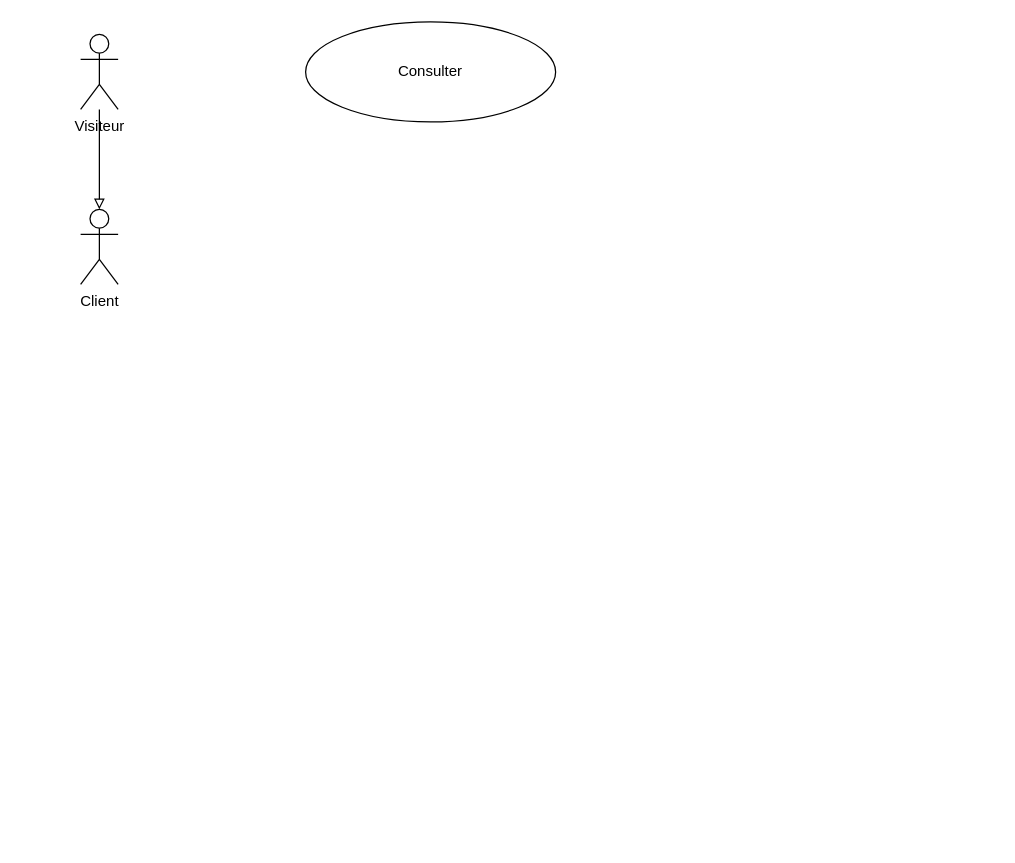
Above: Conception/Diagramme sans nom.drawio in OussemaChercheri/CII2-DMWM-A (draw.io), before the change. Source tidied: cells renumbered, new cells numbered last; positions are measured from the earlier drawing's top-left corner, leaving out a move shared by most shapes. Both pictures are drawn from the tidied source at 125%, with x=0, y=0 at pixel (80, 21).
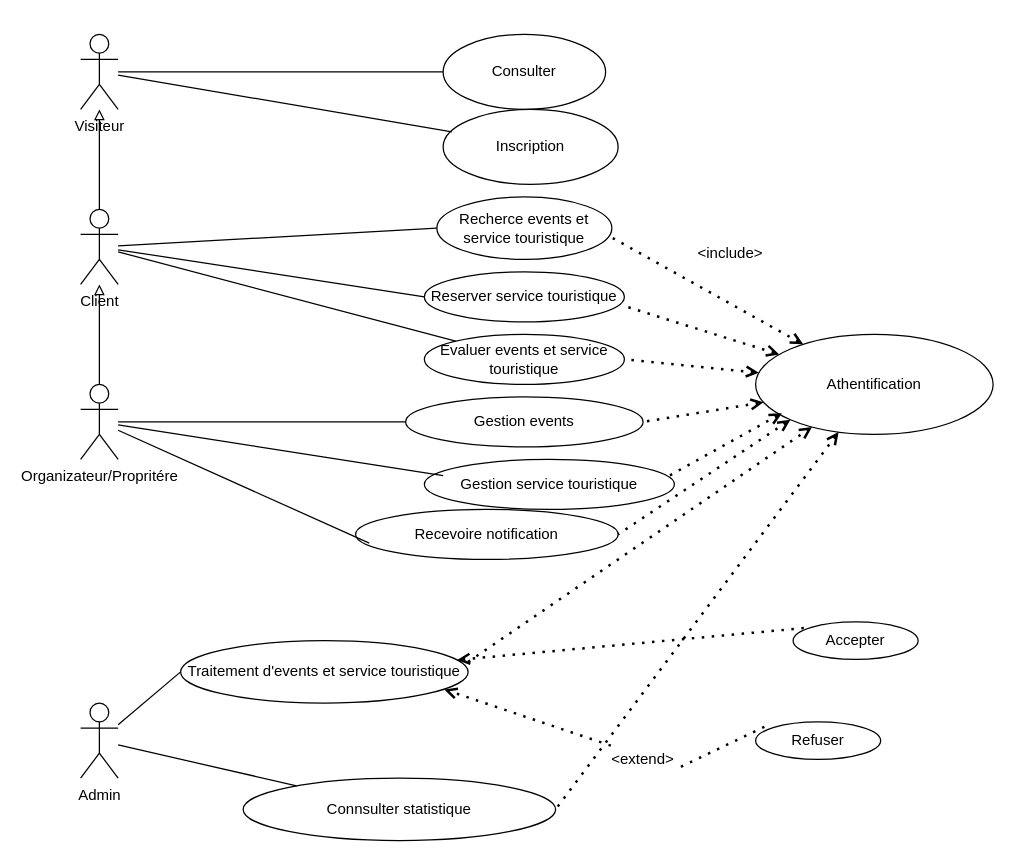
After the change.

Commit message:
Mettre à jour Diagramme sans nom.drawio

Unchanged cells that the change refers to:
```xml
<mxCell id="3" value="Visiteur" style="shape=umlActor;verticalLabelPosition=bottom;verticalAlign=top;html=1;outlineConnect=0;fillStyle=auto;" parent="1" vertex="1">
  <mxGeometry y="10" width="30" height="60" as="geometry" />
</mxCell>
<mxCell id="4" value="Client" style="shape=umlActor;verticalLabelPosition=bottom;verticalAlign=top;html=1;outlineConnect=0;fillStyle=auto;" parent="1" vertex="1">
  <mxGeometry y="150" width="30" height="60" as="geometry" />
</mxCell>
```

Diff of the diagram source:
```diff
@@
-    <mxCell id="2" style="edgeStyle=orthogonalEdgeStyle;rounded=0;jettySize=auto;html=1;endArrow=block;endFill=0;" parent="1" edge="1" source="3" target="4">
-      <mxGeometry relative="1" as="geometry" />
-    </mxCell>
@@
+    <mxCell id="6" style="edgeStyle=orthogonalEdgeStyle;rounded=0;jettySize=auto;html=1;endArrow=block;endFill=0;" parent="1" edge="1" source="4" target="3">
+      <mxGeometry relative="1" as="geometry" />
+    </mxCell>
@@
     <mxCell id="5" value="Consulter" style="ellipse;whiteSpace=wrap;html=1;" parent="1" vertex="1">
-      <mxGeometry x="180" width="200" height="80" as="geometry" />
+      <mxGeometry x="290" y="10" width="130" height="60" as="geometry" />
     </mxCell>
+    <mxCell id="7" value="Inscription" style="ellipse;whiteSpace=wrap;html=1;" parent="1" vertex="1">
+      <mxGeometry x="290" y="70" width="140" height="60" as="geometry" />
+    </mxCell>
+    <mxCell id="8" value="Recherce events et service touristique" style="ellipse;whiteSpace=wrap;html=1;" parent="1" vertex="1">
+      <mxGeometry x="285" y="140" width="140" height="50" as="geometry" />
+    </mxCell>
+    <mxCell id="9" value="Reserver service touristique" style="ellipse;whiteSpace=wrap;html=1;" parent="1" vertex="1">
+      <mxGeometry x="275" y="200" width="160" height="40" as="geometry" />
+    </mxCell>
+    <mxCell id="10" value="Evaluer events et service touristique" style="ellipse;whiteSpace=wrap;html=1;" parent="1" vertex="1">
+      <mxGeometry x="275" y="250" width="160" height="40" as="geometry" />
+    </mxCell>
+    <mxCell id="11" style="edgeStyle=orthogonalEdgeStyle;rounded=0;jettySize=auto;html=1;endArrow=block;endFill=0;" parent="1" edge="1" source="12" target="4">
+      <mxGeometry relative="1" as="geometry" />
+    </mxCell>
+    <mxCell id="12" value="Organizateur/Propritére&lt;br&gt;" style="shape=umlActor;verticalLabelPosition=bottom;verticalAlign=top;html=1;outlineConnect=0;" parent="1" vertex="1">
+      <mxGeometry y="290" width="30" height="60" as="geometry" />
+    </mxCell>
+    <mxCell id="13" value="Gestion events" style="ellipse;whiteSpace=wrap;html=1;" parent="1" vertex="1">
+      <mxGeometry x="260" y="300" width="190" height="40" as="geometry" />
+    </mxCell>
+    <mxCell id="14" value="Gestion service touristique" style="ellipse;whiteSpace=wrap;html=1;" parent="1" vertex="1">
+      <mxGeometry x="275" y="350" width="200" height="40" as="geometry" />
+    </mxCell>
+    <mxCell id="15" value="Recevoire notification" style="ellipse;whiteSpace=wrap;html=1;" parent="1" vertex="1">
+      <mxGeometry x="220" y="390" width="210" height="40" as="geometry" />
+    </mxCell>
+    <mxCell id="16" style="endArrow=none;html=1;rounded=0;" parent="1" edge="1" source="3" target="5">
+      <mxGeometry relative="1" as="geometry" />
+    </mxCell>
+    <mxCell id="17" style="endArrow=none;html=1;rounded=0;entryX=0.05;entryY=0.3;entryDx=0;entryDy=0;entryPerimeter=0;" parent="1" edge="1" source="3" target="7">
+      <mxGeometry relative="1" as="geometry" />
+    </mxCell>
+    <mxCell id="18" style="endArrow=none;html=1;rounded=0;entryX=0;entryY=0.5;entryDx=0;entryDy=0;" parent="1" edge="1" source="4" target="8">
+      <mxGeometry relative="1" as="geometry" />
+    </mxCell>
+    <mxCell id="19" style="endArrow=none;html=1;rounded=0;entryX=0;entryY=0.5;entryDx=0;entryDy=0;" parent="1" edge="1" source="4" target="9">
+      <mxGeometry relative="1" as="geometry" />
+    </mxCell>
+    <mxCell id="20" style="endArrow=none;html=1;rounded=0;" parent="1" edge="1" source="4" target="10">
+      <mxGeometry relative="1" as="geometry" />
+    </mxCell>
+    <mxCell id="21" style="endArrow=none;html=1;rounded=0;" parent="1" edge="1" source="12" target="13">
+      <mxGeometry relative="1" as="geometry" />
+    </mxCell>
+    <mxCell id="22" style="endArrow=none;html=1;rounded=0;entryX=0.075;entryY=0.325;entryDx=0;entryDy=0;entryPerimeter=0;" parent="1" edge="1" source="12" target="14">
+      <mxGeometry relative="1" as="geometry" />
+    </mxCell>
+    <mxCell id="23" style="endArrow=none;html=1;rounded=0;entryX=0.052;entryY=0.675;entryDx=0;entryDy=0;entryPerimeter=0;" parent="1" edge="1" source="12" target="15">
+      <mxGeometry relative="1" as="geometry" />
+    </mxCell>
+    <mxCell id="24" value="Admin" style="shape=umlActor;verticalLabelPosition=bottom;verticalAlign=top;html=1;outlineConnect=0;" parent="1" vertex="1">
+      <mxGeometry y="545" width="30" height="60" as="geometry" />
+    </mxCell>
+    <mxCell id="25" value="Traitement d'events et service touristique" style="ellipse;whiteSpace=wrap;html=1;" parent="1" vertex="1">
+      <mxGeometry x="80" y="495" width="230" height="50" as="geometry" />
+    </mxCell>
+    <mxCell id="26" value="Accepter" style="ellipse;whiteSpace=wrap;html=1;" parent="1" vertex="1">
+      <mxGeometry x="570" y="480" width="100" height="30" as="geometry" />
+    </mxCell>
+    <mxCell id="27" value="Refuser" style="ellipse;whiteSpace=wrap;html=1;" parent="1" vertex="1">
+      <mxGeometry x="540" y="560" width="100" height="30" as="geometry" />
+    </mxCell>
+    <mxCell id="28" value="Connsulter statistique" style="ellipse;whiteSpace=wrap;html=1;" parent="1" vertex="1">
+      <mxGeometry x="130" y="605" width="250" height="50" as="geometry" />
+    </mxCell>
+    <mxCell id="29" style="endArrow=none;html=1;rounded=0;entryX=0;entryY=0.5;entryDx=0;entryDy=0;" parent="1" edge="1" source="24" target="25">
+      <mxGeometry relative="1" as="geometry" />
+    </mxCell>
+    <mxCell id="30" style="endArrow=none;html=1;rounded=0;" parent="1" edge="1" source="24" target="28">
+      <mxGeometry relative="1" as="geometry" />
+    </mxCell>
+    <mxCell id="31" style="endArrow=none;dashed=1;html=1;dashPattern=1 3;strokeWidth=2;rounded=0;entryX=0;entryY=0;entryDx=0;entryDy=0;endFill=0;startArrow=open;startFill=0;" parent="1" edge="1" source="25" target="26">
+      <mxGeometry relative="1" as="geometry" />
+    </mxCell>
+    <mxCell id="32" style="endArrow=open;dashed=1;html=1;dashPattern=1 3;strokeWidth=2;rounded=0;exitX=0.07;exitY=0.133;exitDx=0;exitDy=0;exitPerimeter=0;entryX=0.917;entryY=0.78;entryDx=0;entryDy=0;entryPerimeter=0;endFill=0;" parent="1" edge="1" source="44" target="25">
+      <mxGeometry relative="1" as="geometry" />
+    </mxCell>
+    <mxCell id="33" value="Athentification" style="ellipse;whiteSpace=wrap;html=1;" parent="1" vertex="1">
+      <mxGeometry x="540" y="250" width="190" height="80" as="geometry" />
+    </mxCell>
+    <mxCell id="34" style="endArrow=none;dashed=1;html=1;dashPattern=1 3;strokeWidth=2;rounded=0;entryX=1.013;entryY=0.7;entryDx=0;entryDy=0;entryPerimeter=0;startArrow=open;startFill=0;" parent="1" edge="1" source="33" target="9">
+      <mxGeometry relative="1" as="geometry" />
+    </mxCell>
+    <mxCell id="35" style="endArrow=none;dashed=1;html=1;dashPattern=1 3;strokeWidth=2;rounded=0;entryX=1;entryY=0.5;entryDx=0;entryDy=0;startArrow=open;startFill=0;" parent="1" edge="1" source="33" target="10">
+      <mxGeometry relative="1" as="geometry" />
+    </mxCell>
+    <mxCell id="36" style="endArrow=none;dashed=1;html=1;dashPattern=1 3;strokeWidth=2;rounded=0;entryX=1;entryY=0.5;entryDx=0;entryDy=0;startArrow=open;startFill=0;" parent="1" edge="1" source="33" target="13">
+      <mxGeometry relative="1" as="geometry" />
+    </mxCell>
+    <mxCell id="37" style="endArrow=none;dashed=1;html=1;dashPattern=1 3;strokeWidth=2;rounded=0;entryX=0.98;entryY=0.325;entryDx=0;entryDy=0;entryPerimeter=0;exitX=0.111;exitY=0.788;exitDx=0;exitDy=0;exitPerimeter=0;startArrow=open;startFill=0;" parent="1" edge="1" source="33" target="14">
+      <mxGeometry relative="1" as="geometry" />
+    </mxCell>
+    <mxCell id="38" style="endArrow=none;dashed=1;html=1;dashPattern=1 3;strokeWidth=2;rounded=0;entryX=1;entryY=0.5;entryDx=0;entryDy=0;exitX=0;exitY=1;exitDx=0;exitDy=0;startArrow=open;startFill=0;" parent="1" edge="1" source="33" target="15">
+      <mxGeometry relative="1" as="geometry" />
+    </mxCell>
+    <mxCell id="39" style="endArrow=open;dashed=1;html=1;dashPattern=1 3;strokeWidth=2;rounded=0;exitX=1;exitY=0.34;exitDx=0;exitDy=0;exitPerimeter=0;startArrow=none;startFill=0;endFill=0;" parent="1" edge="1" source="25" target="33">
+      <mxGeometry relative="1" as="geometry" />
+    </mxCell>
+    <mxCell id="40" style="endArrow=none;dashed=1;html=1;dashPattern=1 3;strokeWidth=2;rounded=0;entryX=1;entryY=0.5;entryDx=0;entryDy=0;startArrow=open;startFill=0;" parent="1" edge="1" source="33" target="28">
+      <mxGeometry relative="1" as="geometry" />
+    </mxCell>
+    <mxCell id="41" style="endArrow=none;dashed=1;html=1;dashPattern=1 3;strokeWidth=2;rounded=0;entryX=0.993;entryY=0.64;entryDx=0;entryDy=0;entryPerimeter=0;endFill=0;startArrow=open;startFill=0;" parent="1" edge="1" source="33" target="8">
+      <mxGeometry relative="1" as="geometry" />
+    </mxCell>
+    <mxCell id="42" value="&amp;lt;include&amp;gt;" style="text;html=1;strokeColor=none;fillColor=none;align=center;verticalAlign=middle;whiteSpace=wrap;rounded=0;" parent="1" vertex="1">
+      <mxGeometry x="490" y="170" width="60" height="30" as="geometry" />
+    </mxCell>
+    <mxCell id="43" style="endArrow=none;dashed=1;html=1;dashPattern=1 3;strokeWidth=2;rounded=0;exitX=0.07;exitY=0.133;exitDx=0;exitDy=0;exitPerimeter=0;entryX=0.917;entryY=0.78;entryDx=0;entryDy=0;entryPerimeter=0;endFill=0;startArrow=none;startFill=0;" parent="1" edge="1" source="27" target="44">
+      <mxGeometry relative="1" as="geometry" />
+    </mxCell>
+    <mxCell id="44" value="&amp;lt;extend&amp;gt;" style="text;html=1;strokeColor=none;fillColor=none;align=center;verticalAlign=middle;whiteSpace=wrap;rounded=0;" parent="1" vertex="1">
+      <mxGeometry x="420" y="575" width="60" height="30" as="geometry" />
+    </mxCell>
```
